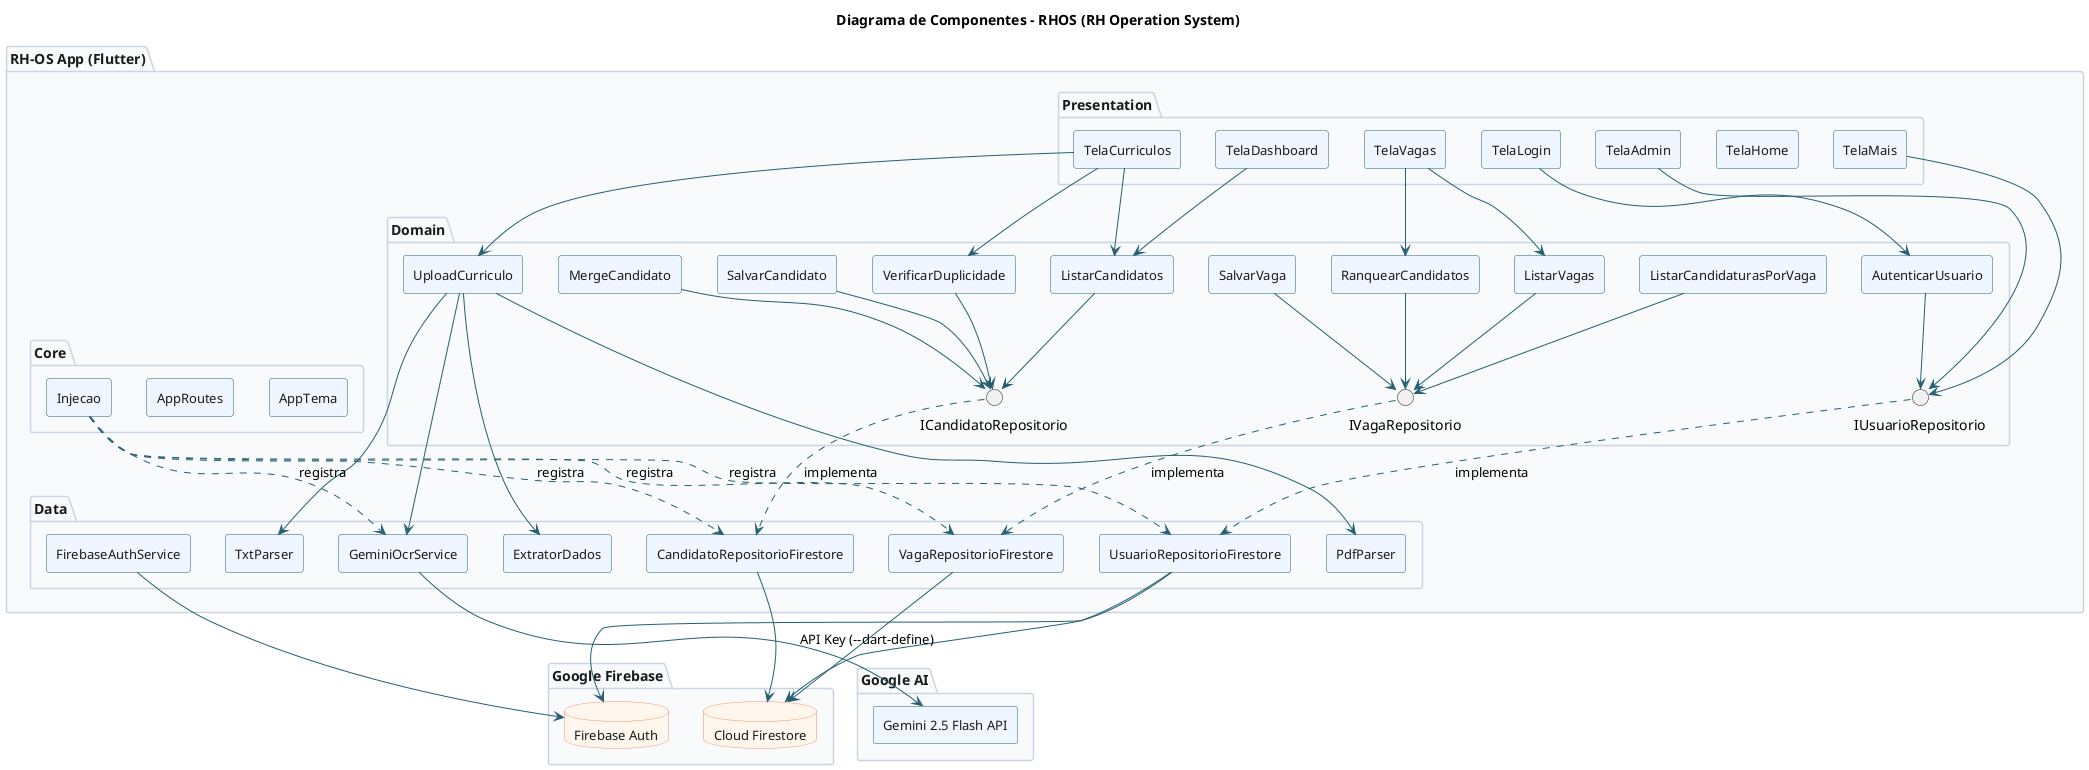
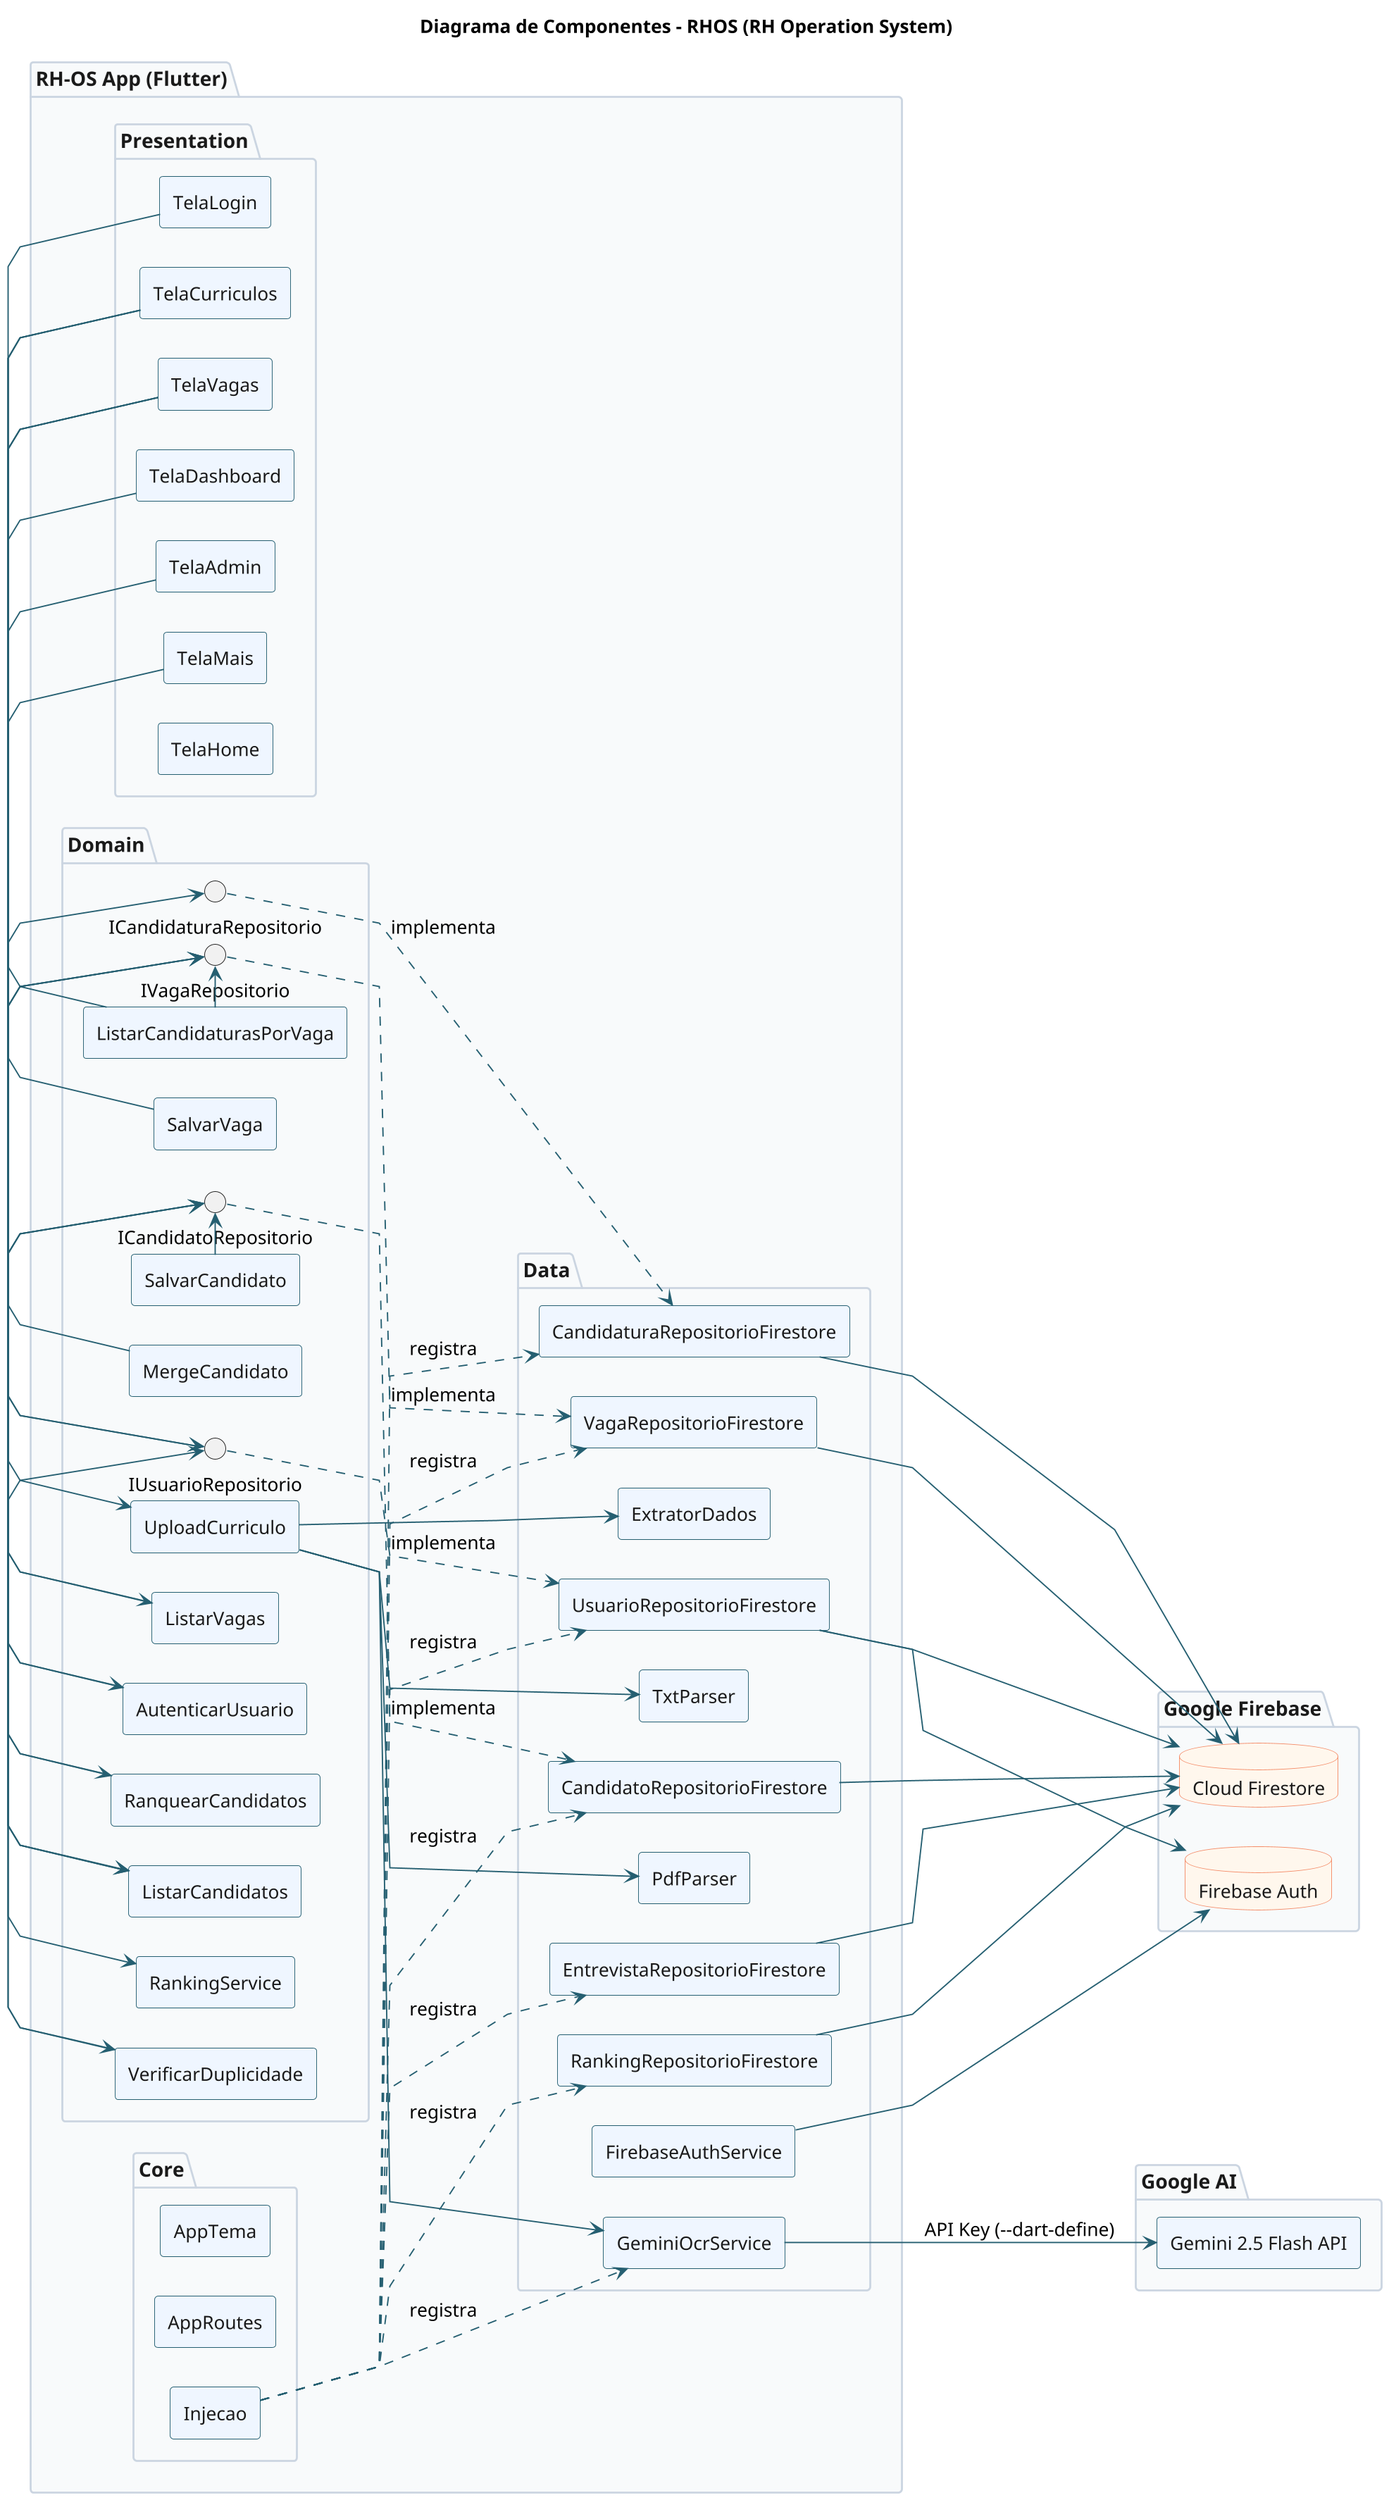
@startuml componentes

title Diagrama de Componentes – RHOS (RH Operation System)

+ left to right direction
+ skinparam dpi 180
+ skinparam shadowing false
+ skinparam linetype polyline
+ skinparam nodesep 30
+ skinparam ranksep 35
skinparam componentStyle rectangle
skinparam backgroundColor #FFFFFF
+ skinparam defaultFontSize 14
skinparam component {
  BackgroundColor #EFF6FF
  BorderColor #255F71
  FontColor #1A1A1A
-   FontSize 13
+   FontSize 14
}
skinparam database {
  BackgroundColor #FFF7ED
  BorderColor #F48C68
  FontColor #1A1A1A
-   FontSize 13
+   FontSize 14
}
skinparam package {
  BackgroundColor #F8FAFB
  BorderColor #CBD5E1
  FontColor #1A1A1A
-   FontSize 14
+   FontSize 15
}
skinparam ArrowColor #255F71

' ── Flutter App ──────────────────────────────────────────────────
package "RH-OS App (Flutter)" {

  package "Presentation" {
    [TelaLogin]         as TL
    [TelaHome]          as TH
    [TelaCurriculos]    as TC
    [TelaVagas]         as TV
    [TelaDashboard]     as TD
    [TelaAdmin]         as TA
    [TelaMais]          as TM
  }

  package "Domain" {
    [AutenticarUsuario]         as AU
    [ListarCandidatos]          as LC
    [SalvarCandidato]           as SC
    [UploadCurriculo]           as UC
    [RanquearCandidatos]        as RC
+     [RankingService]            as RS
    [ListarVagas]               as LV
    [SalvarVaga]                as SV
    [VerificarDuplicidade]      as VD
    [MergeCandidato]            as MC
    [ListarCandidaturasPorVaga] as LCP

    interface ICandidatoRepositorio as IC
    interface IVagaRepositorio      as IV
+     interface ICandidaturaRepositorio as ICA
    interface IUsuarioRepositorio   as IU
  }

  package "Data" {
    [FirebaseAuthService]              as FAS
    [CandidatoRepositorioFirestore]    as CRF
    [VagaRepositorioFirestore]         as VRF
+     [CandidaturaRepositorioFirestore]  as CAF
+     [RankingRepositorioFirestore]      as RRF
+     [EntrevistaRepositorioFirestore]   as ERF
    [UsuarioRepositorioFirestore]      as URF
    [PdfParser]                        as PP
    [TxtParser]                        as TP
    [ExtratorDados]                    as ED
    [GeminiOcrService]                 as GEM
  }

  package "Core" {
    [AppTema]    as AT
    [AppRoutes]  as AR
    [Injecao]    as IN
  }
}

' ── Firebase ─────────────────────────────────────────────────────
package "Google Firebase" {
  database "Firebase Auth"    as FA
  database "Cloud Firestore"  as CF
}

' ── Google AI ────────────────────────────────────────────────────
package "Google AI" {
  [Gemini 2.5 Flash API] as GAPI
}

' ── Presentation → Domain ────────────────────────────────────────
- TL  --> AU
- TC  --> LC
- TC  --> UC
- TC  --> VD
- TV  --> RC
- TV  --> LV
- TD  --> LC
- TA  --> IU
- TM  --> IU
+ TL  -right-> AU
+ TC  -right-> LC
+ TC  -right-> UC
+ TC  -right-> VD
+ TV  -right-> RC
+ TV  -right-> RS
+ TV  -right-> LV
+ TD  -right-> LC
+ TA  -right-> IU
+ TM  -right-> IU

' ── Domain → Interfaces ──────────────────────────────────────────
- AU  --> IU
- LC  --> IC
- SC  --> IC
- VD  --> IC
- MC  --> IC
- RC  --> IV
- LV  --> IV
- SV  --> IV
- LCP --> IV
+ AU  -right-> IU
+ LC  -right-> IC
+ SC  -right-> IC
+ VD  -right-> IC
+ MC  -right-> IC
+ RC  -right-> IV
+ LV  -right-> IV
+ SV  -right-> IV
+ LCP -right-> IV
+ LCP -right-> ICA

' ── Interfaces → Implementações ─────────────────────────────────
- IU  ..> URF : implementa
- IC  ..> CRF : implementa
- IV  ..> VRF : implementa
+ IU  -right.-> URF : implementa
+ IC  -right.-> CRF : implementa
+ IV  -right.-> VRF : implementa
+ ICA -right.-> CAF : implementa

' ── Implementações → Firebase ────────────────────────────────────
FAS --> FA
URF --> FA
URF --> CF
CRF --> CF
VRF --> CF
+ CAF --> CF
+ RRF --> CF
+ ERF --> CF

' ── Upload pipeline ──────────────────────────────────────────────
UC  --> PP
UC  --> TP
UC  --> ED
UC  --> GEM
GEM --> GAPI : API Key (--dart-define)

' ── Core ─────────────────────────────────────────────────────────
IN  ..> CRF : registra
IN  ..> VRF : registra
+ IN  ..> CAF : registra
+ IN  ..> RRF : registra
+ IN  ..> ERF : registra
IN  ..> URF : registra
IN  ..> GEM : registra

@enduml
